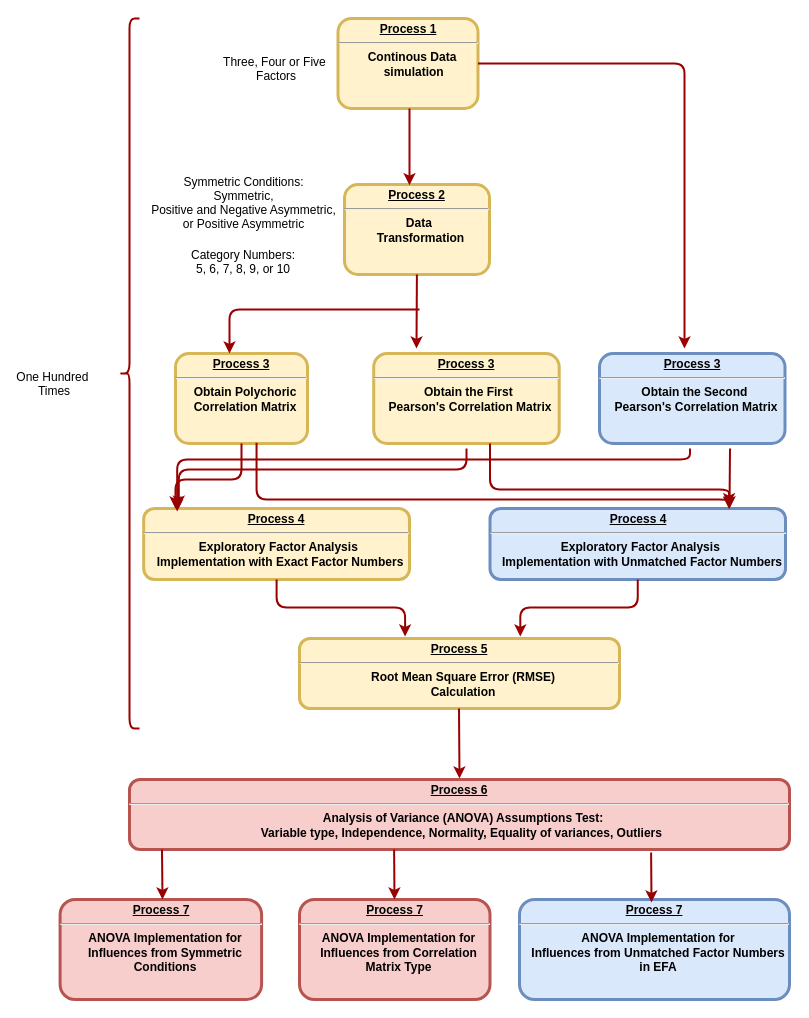
The draw.io diagram 未命名绘图.drawio in yj313155521/Master-Thesis, before the edit. Source tidied: cells renumbered, new cells numbered last; positions are measured from the earlier drawing's top-left corner, leaving out a move shared by most shapes. Both pictures are drawn from the tidied source at 100%, with x=0, y=0 at pixel (39, 18).
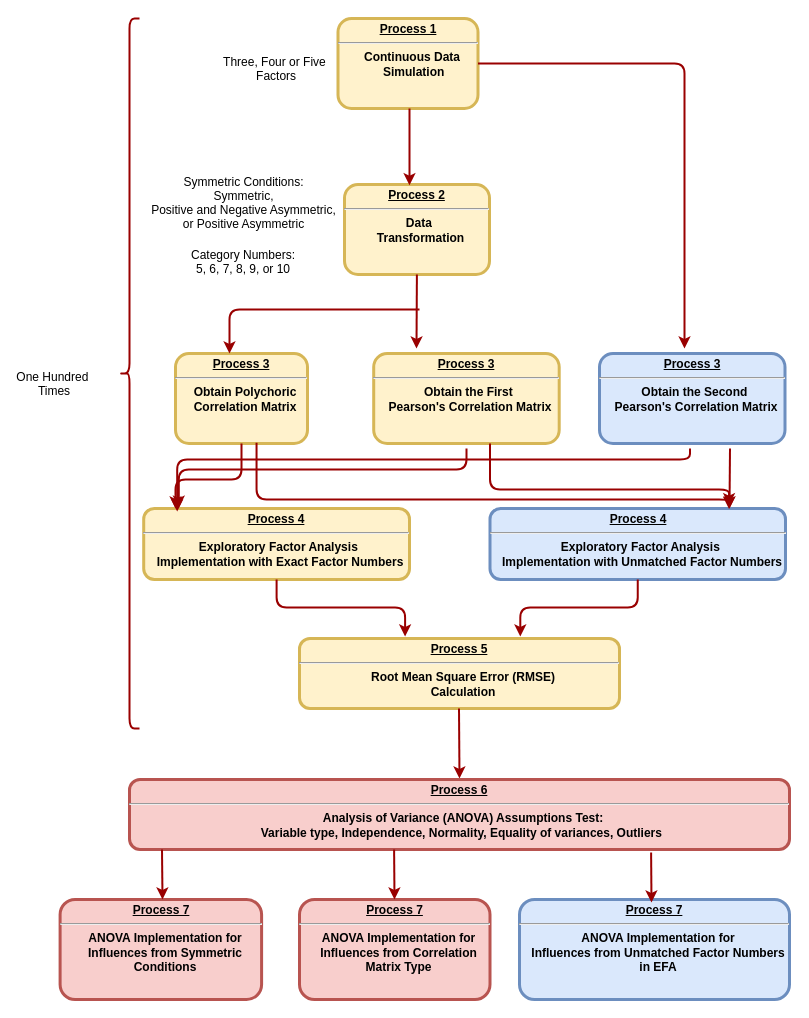
The same page after the edit.

Commit message:
更新未命名绘图.drawio

Change to the diagram source:
```diff
@@
-    <mxCell id="2" value="&lt;p style=&quot;margin: 0px; margin-top: 4px; text-align: center; text-decoration: underline;&quot;&gt;&lt;strong&gt;Process 1&lt;/strong&gt;&lt;/p&gt;&lt;hr&gt;&lt;p style=&quot;margin: 0px; margin-left: 8px;&quot;&gt;Continous Data&lt;/p&gt;&lt;p style=&quot;margin: 0px; margin-left: 8px;&quot;&gt;&amp;nbsp;simulation&lt;/p&gt;" style="verticalAlign=middle;align=center;overflow=fill;fontSize=12;fontFamily=Helvetica;html=1;rounded=1;fontStyle=1;strokeWidth=3;fillColor=#fff2cc;strokeColor=#d6b656;fontColor=default;" parent="1" vertex="1">
+    <mxCell id="2" value="&lt;p style=&quot;margin: 0px; margin-top: 4px; text-align: center; text-decoration: underline;&quot;&gt;&lt;strong&gt;Process 1&lt;/strong&gt;&lt;/p&gt;&lt;hr&gt;&lt;p style=&quot;margin: 0px; margin-left: 8px;&quot;&gt;Continuous Data&lt;/p&gt;&lt;p style=&quot;margin: 0px; margin-left: 8px;&quot;&gt;&amp;nbsp;Simulation&lt;/p&gt;" style="verticalAlign=middle;align=center;overflow=fill;fontSize=12;fontFamily=Helvetica;html=1;rounded=1;fontStyle=1;strokeWidth=3;fillColor=#fff2cc;strokeColor=#d6b656;fontColor=default;" parent="1" vertex="1">
       <mxGeometry x="298.5" width="140" height="90" as="geometry" />
     </mxCell>
```
